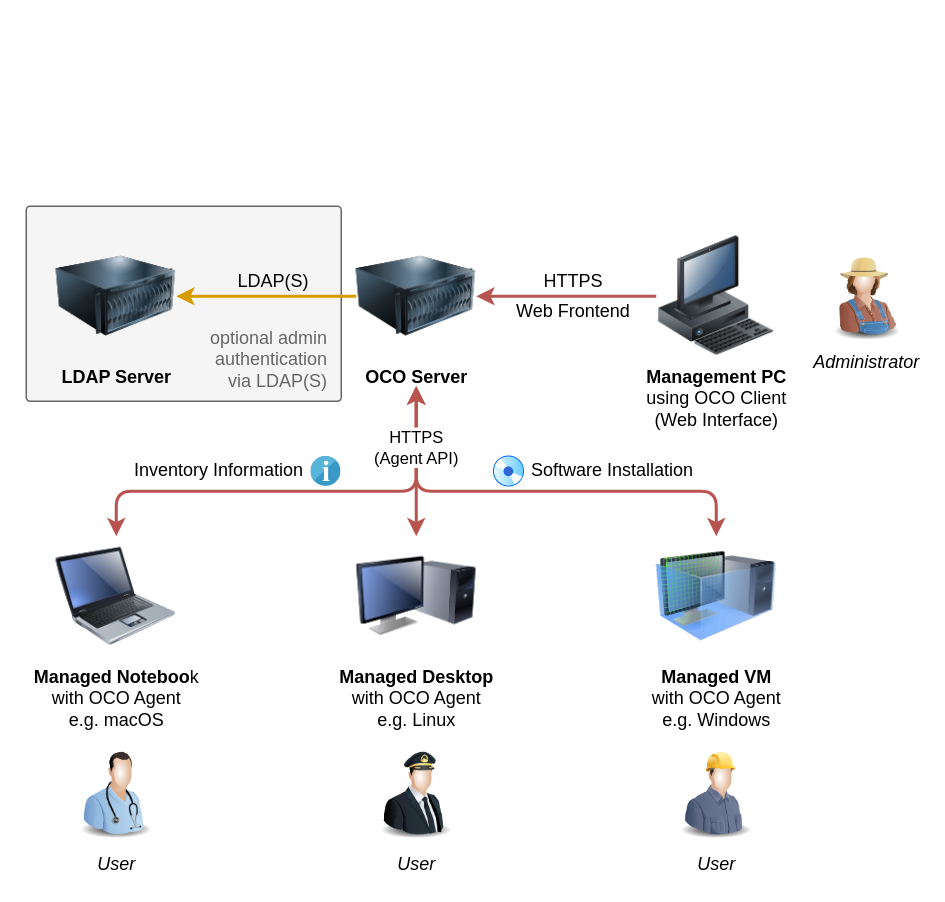
schorschii/OCO-Server keeps this draw.io diagram as .github/oco-schematic.drawio. Above is the earlier version. Source tidied: cells renumbered, new cells numbered last; positions are measured from the earlier drawing's top-left corner, leaving out a move shared by most shapes. Both pictures are drawn from the tidied source at 150%, with x=0, y=0 at pixel (26, 206).
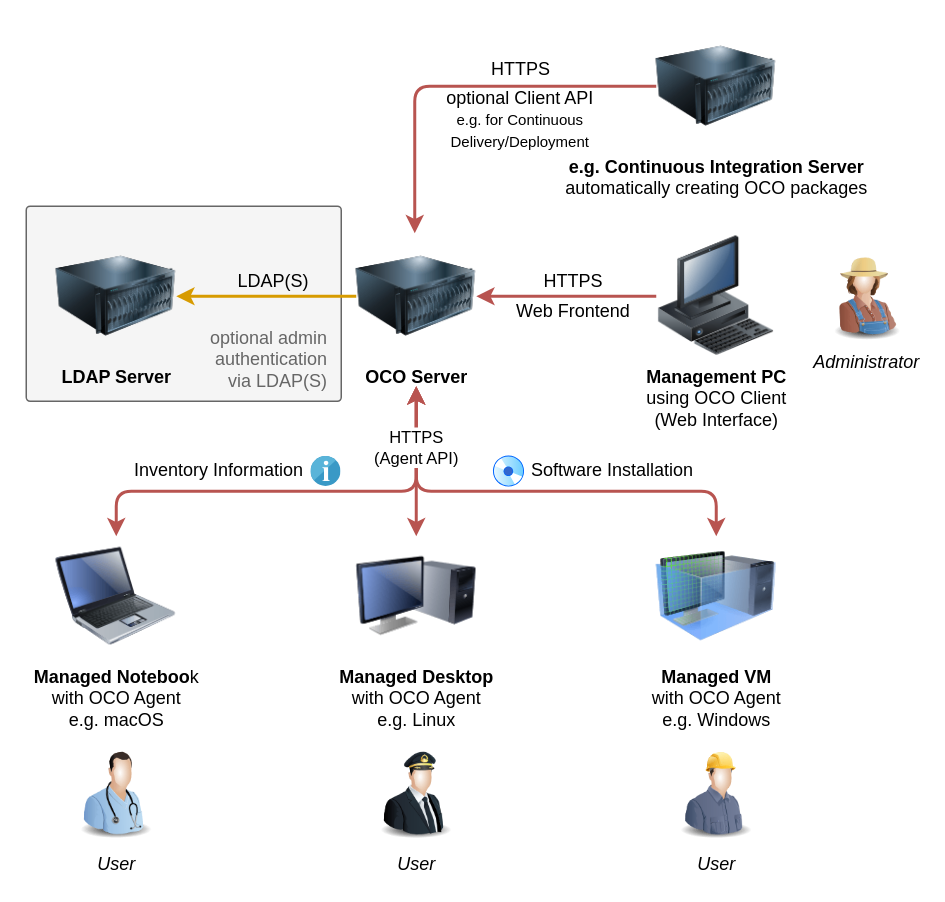
The same diagram, later.

Commit message (it also covers changes not shown here):
mention client API (e.g. for Continuous Integration/Delivery/Deployment)

The change refers to these unchanged cells:
```xml
<mxCell id="5" value="&lt;b&gt;Management PC&lt;/b&gt;&lt;br&gt;using OCO Client&lt;br&gt;(Web Interface)" style="image;html=1;image=img/lib/clip_art/computers/Workstation_128x128.png;labelBackgroundColor=#ffffff;" parent="1" vertex="1">
  <mxGeometry x="420" y="20" width="80" height="80" as="geometry" />
</mxCell>
<mxCell id="7" value="&lt;b&gt;OCO Server&lt;/b&gt;" style="image;html=1;image=img/lib/clip_art/computers/Server_128x128.png;labelBackgroundColor=#ffffff;" parent="1" vertex="1">
  <mxGeometry x="220" y="20" width="80" height="80" as="geometry" />
</mxCell>
```

What changed in the source:
```diff
@@
-    <mxCell id="8" style="endArrow=classic;html=1;strokeWidth=2;fillColor=#f8cecc;strokeColor=#b85450;exitX=0;exitY=0.5;exitDx=0;exitDy=0;entryX=1;entryY=0.5;entryDx=0;entryDy=0;" parent="1" edge="1" source="5" target="7">
+    <mxCell id="8" style="endArrow=classic;html=1;strokeWidth=2;fillColor=#f8cecc;strokeColor=#b85450;exitX=0;exitY=0.5;exitDx=0;exitDy=0;entryX=1;entryY=0.5;entryDx=0;entryDy=0;endFill=1;" parent="1" edge="1" source="5" target="7">
       <mxGeometry relative="1" as="geometry" />
     </mxCell>
@@
+    <mxCell id="27" style="endArrow=classic;html=1;strokeWidth=2;fillColor=#f8cecc;strokeColor=#b85450;endFill=1;exitX=0;exitY=0.5;exitDx=0;exitDy=0;" parent="1" edge="1" source="30">
+      <mxGeometry relative="1" as="geometry">
+        <mxPoint x="259" y="18" as="targetPoint" />
+        <Array as="points">
+          <mxPoint x="259" y="-80" />
+        </Array>
+      </mxGeometry>
+    </mxCell>
+    <mxCell id="28" value="HTTPS" style="text;html=1;strokeColor=none;fillColor=none;align=center;verticalAlign=middle;whiteSpace=wrap;rounded=0;labelBackgroundColor=#ffffff;" parent="1" vertex="1">
+      <mxGeometry x="274.5" y="-101" width="110" height="20" as="geometry" />
+    </mxCell>
+    <mxCell id="29" value="optional Client API&lt;br&gt;&lt;font style=&quot;font-size: 10px&quot;&gt;e.g. for Continuous Delivery/Deployment&lt;/font&gt;" style="text;html=1;strokeColor=none;fillColor=none;align=center;verticalAlign=middle;whiteSpace=wrap;rounded=0;labelBackgroundColor=none;" parent="1" vertex="1">
+      <mxGeometry x="260" y="-78" width="139" height="39" as="geometry" />
+    </mxCell>
+    <mxCell id="30" value="&lt;b&gt;e.g. Continuous Integration Server&lt;/b&gt;&lt;br&gt;automatically creating OCO packages" style="image;html=1;image=img/lib/clip_art/computers/Server_128x128.png;" parent="1" vertex="1">
+      <mxGeometry x="420" y="-120" width="80" height="80" as="geometry" />
+    </mxCell>
```
